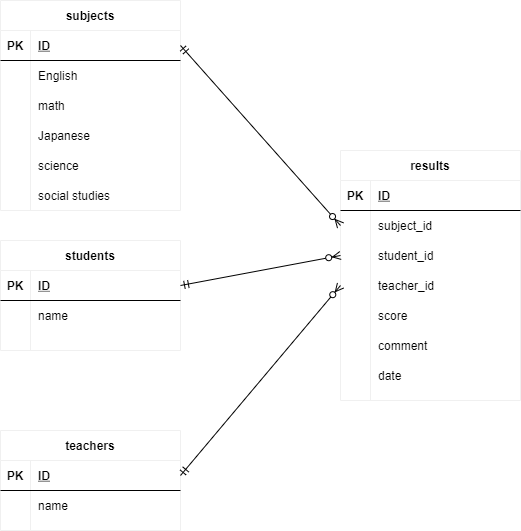
This is exercise.drawio.png from aquarius1905/coachtech-databasedesign-exercise, a draw.io export, as it was before one commit. Source tidied: cells renumbered, new cells last; positions are measured from the earlier drawing's top-left corner, leaving out a move shared by most shapes. The source it was exported from:
```xml
<mxGraphModel>
  <root>
    <mxCell id="0" />
    <mxCell id="1" parent="0" />
    <mxCell id="2" value="subjects" style="shape=table;startSize=30;rowLines=0;fontStyle=1;align=center;strokeColor=#f0f0f0;" parent="1" vertex="1">
      <mxGeometry width="180" height="210" as="geometry" />
    </mxCell>
    <mxCell id="3" style="shape=partialRectangle;fillColor=none;top=0;left=0;bottom=1;right=0;points=[[0,0.5],[1,0.5]];portConstraint=eastwest;" parent="2" vertex="1">
      <mxGeometry y="30" width="180" height="30" as="geometry" />
    </mxCell>
    <mxCell id="4" value="PK" style="shape=partialRectangle;fillColor=none;top=0;left=0;bottom=0;right=0;fontStyle=1;overflow=hidden;" parent="3" vertex="1">
      <mxGeometry width="30" height="30" as="geometry" />
    </mxCell>
    <mxCell id="5" value="ID" style="shape=partialRectangle;fillColor=none;top=0;left=0;bottom=0;right=0;align=left;spacingLeft=6;fontStyle=5;overflow=hidden;" parent="3" vertex="1">
      <mxGeometry x="30" width="150" height="30" as="geometry" />
    </mxCell>
    <mxCell id="6" style="shape=partialRectangle;fillColor=none;top=0;left=0;bottom=0;right=0;" parent="2" vertex="1">
      <mxGeometry y="60" width="180" height="30" as="geometry" />
    </mxCell>
    <mxCell id="7" style="shape=partialRectangle;fillColor=none;top=0;left=0;bottom=0;right=0;overflow=hidden;" parent="6" vertex="1">
      <mxGeometry width="30" height="30" as="geometry" />
    </mxCell>
    <mxCell id="8" value="English" style="shape=partialRectangle;fillColor=none;top=0;left=0;bottom=0;right=0;align=left;spacingLeft=6;overflow=hidden;" parent="6" vertex="1">
      <mxGeometry x="30" width="150" height="30" as="geometry" />
    </mxCell>
    <mxCell id="9" style="shape=partialRectangle;fillColor=none;top=0;left=0;bottom=0;right=0;" parent="2" vertex="1">
      <mxGeometry y="90" width="180" height="30" as="geometry" />
    </mxCell>
    <mxCell id="10" style="shape=partialRectangle;fillColor=none;top=0;left=0;bottom=0;right=0;overflow=hidden;" parent="9" vertex="1">
      <mxGeometry width="30" height="30" as="geometry" />
    </mxCell>
    <mxCell id="11" value="math" style="shape=partialRectangle;fillColor=none;top=0;left=0;bottom=0;right=0;align=left;spacingLeft=6;overflow=hidden;" parent="9" vertex="1">
      <mxGeometry x="30" width="150" height="30" as="geometry" />
    </mxCell>
    <mxCell id="12" style="shape=partialRectangle;fillColor=none;top=0;left=0;bottom=0;right=0;" parent="2" vertex="1">
      <mxGeometry y="120" width="180" height="30" as="geometry" />
    </mxCell>
    <mxCell id="13" style="shape=partialRectangle;fillColor=none;top=0;left=0;bottom=0;right=0;overflow=hidden;" parent="12" vertex="1">
      <mxGeometry width="30" height="30" as="geometry" />
    </mxCell>
    <mxCell id="14" value="Japanese" style="shape=partialRectangle;fillColor=none;top=0;left=0;bottom=0;right=0;align=left;spacingLeft=6;overflow=hidden;" parent="12" vertex="1">
      <mxGeometry x="30" width="150" height="30" as="geometry" />
    </mxCell>
    <mxCell id="15" style="shape=partialRectangle;fillColor=none;top=0;left=0;bottom=0;right=0;" parent="2" vertex="1">
      <mxGeometry y="150" width="180" height="30" as="geometry" />
    </mxCell>
    <mxCell id="16" style="shape=partialRectangle;fillColor=none;top=0;left=0;bottom=0;right=0;overflow=hidden;" parent="15" vertex="1">
      <mxGeometry width="30" height="30" as="geometry" />
    </mxCell>
    <mxCell id="17" value="science" style="shape=partialRectangle;fillColor=none;top=0;left=0;bottom=0;right=0;align=left;spacingLeft=6;overflow=hidden;" parent="15" vertex="1">
      <mxGeometry x="30" width="150" height="30" as="geometry" />
    </mxCell>
    <mxCell id="18" style="shape=partialRectangle;fillColor=none;top=0;left=0;bottom=0;right=0;" parent="2" vertex="1">
      <mxGeometry y="180" width="180" height="30" as="geometry" />
    </mxCell>
    <mxCell id="19" style="shape=partialRectangle;fillColor=none;top=0;left=0;bottom=0;right=0;overflow=hidden;" parent="18" vertex="1">
      <mxGeometry width="30" height="30" as="geometry" />
    </mxCell>
    <mxCell id="20" value="social studies" style="shape=partialRectangle;fillColor=none;top=0;left=0;bottom=0;right=0;align=left;spacingLeft=6;overflow=hidden;" parent="18" vertex="1">
      <mxGeometry x="30" width="150" height="30" as="geometry" />
    </mxCell>
    <mxCell id="21" value="teachers" style="shape=table;startSize=30;rowLines=0;fontStyle=1;align=center;strokeColor=#f0f0f0;" parent="1" vertex="1">
      <mxGeometry y="430" width="180" height="100" as="geometry" />
    </mxCell>
    <mxCell id="22" style="shape=partialRectangle;fillColor=none;top=0;left=0;bottom=1;right=0;points=[[0,0.5],[1,0.5]];portConstraint=eastwest;" parent="21" vertex="1">
      <mxGeometry y="30" width="180" height="30" as="geometry" />
    </mxCell>
    <mxCell id="23" value="PK" style="shape=partialRectangle;fillColor=none;top=0;left=0;bottom=0;right=0;fontStyle=1;overflow=hidden;" parent="22" vertex="1">
      <mxGeometry width="30" height="30" as="geometry" />
    </mxCell>
    <mxCell id="24" value="ID" style="shape=partialRectangle;fillColor=none;top=0;left=0;bottom=0;right=0;align=left;spacingLeft=6;fontStyle=5;overflow=hidden;" parent="22" vertex="1">
      <mxGeometry x="30" width="150" height="30" as="geometry" />
    </mxCell>
    <mxCell id="25" style="shape=partialRectangle;fillColor=none;top=0;left=0;bottom=0;right=0;" parent="21" vertex="1">
      <mxGeometry y="60" width="180" height="30" as="geometry" />
    </mxCell>
    <mxCell id="26" style="shape=partialRectangle;fillColor=none;top=0;left=0;bottom=0;right=0;overflow=hidden;" parent="25" vertex="1">
      <mxGeometry width="30" height="30" as="geometry" />
    </mxCell>
    <mxCell id="27" value="name" style="shape=partialRectangle;fillColor=none;top=0;left=0;bottom=0;right=0;align=left;spacingLeft=6;overflow=hidden;" parent="25" vertex="1">
      <mxGeometry x="30" width="150" height="30" as="geometry" />
    </mxCell>
    <mxCell id="28" value="results" style="shape=table;startSize=30;rowLines=0;fontStyle=1;align=center;strokeColor=#f0f0f0;" parent="1" vertex="1">
      <mxGeometry x="340" y="150" width="180" height="250" as="geometry" />
    </mxCell>
    <mxCell id="29" style="shape=partialRectangle;fillColor=none;top=0;left=0;bottom=1;right=0;" parent="28" vertex="1">
      <mxGeometry y="30" width="180" height="30" as="geometry" />
    </mxCell>
    <mxCell id="30" value="PK" style="shape=partialRectangle;fillColor=none;top=0;left=0;bottom=0;right=0;fontStyle=1;overflow=hidden;" parent="29" vertex="1">
      <mxGeometry width="30" height="30" as="geometry" />
    </mxCell>
    <mxCell id="31" value="ID" style="shape=partialRectangle;fillColor=none;top=0;left=0;bottom=0;right=0;align=left;spacingLeft=6;fontStyle=5;overflow=hidden;" parent="29" vertex="1">
      <mxGeometry x="30" width="150" height="30" as="geometry" />
    </mxCell>
    <mxCell id="32" style="shape=partialRectangle;fillColor=none;top=0;left=0;bottom=0;right=0;points=[[0,0.5],[1,0.5]];portConstraint=eastwest;" parent="28" vertex="1">
      <mxGeometry y="60" width="180" height="30" as="geometry" />
    </mxCell>
    <mxCell id="33" style="shape=partialRectangle;fillColor=none;top=0;left=0;bottom=0;right=0;overflow=hidden;" parent="32" vertex="1">
      <mxGeometry width="30" height="30" as="geometry" />
    </mxCell>
    <mxCell id="34" value="subject_id" style="shape=partialRectangle;fillColor=none;top=0;left=0;bottom=0;right=0;align=left;spacingLeft=6;overflow=hidden;" parent="32" vertex="1">
      <mxGeometry x="30" width="150" height="30" as="geometry" />
    </mxCell>
    <mxCell id="35" style="shape=partialRectangle;fillColor=none;top=0;left=0;bottom=0;right=0;points=[[0,0.5],[1,0.5]];portConstraint=eastwest;" parent="28" vertex="1">
      <mxGeometry y="90" width="180" height="30" as="geometry" />
    </mxCell>
    <mxCell id="36" style="shape=partialRectangle;fillColor=none;top=0;left=0;bottom=0;right=0;overflow=hidden;" parent="35" vertex="1">
      <mxGeometry width="30" height="30" as="geometry" />
    </mxCell>
    <mxCell id="37" value="student_id" style="shape=partialRectangle;fillColor=none;top=0;left=0;bottom=0;right=0;align=left;spacingLeft=6;overflow=hidden;" parent="35" vertex="1">
      <mxGeometry x="30" width="150" height="30" as="geometry" />
    </mxCell>
    <mxCell id="38" style="shape=partialRectangle;fillColor=none;top=0;left=0;bottom=0;right=0;points=[[0,0.5],[1,0.5]];portConstraint=eastwest;" parent="28" vertex="1">
      <mxGeometry y="120" width="180" height="30" as="geometry" />
    </mxCell>
    <mxCell id="39" style="shape=partialRectangle;fillColor=none;top=0;left=0;bottom=0;right=0;overflow=hidden;" parent="38" vertex="1">
      <mxGeometry width="30" height="30" as="geometry" />
    </mxCell>
    <mxCell id="40" value="teacher_id" style="shape=partialRectangle;fillColor=none;top=0;left=0;bottom=0;right=0;align=left;spacingLeft=6;overflow=hidden;" parent="38" vertex="1">
      <mxGeometry x="30" width="150" height="30" as="geometry" />
    </mxCell>
    <mxCell id="41" style="shape=partialRectangle;fillColor=none;top=0;left=0;bottom=0;right=0;" parent="28" vertex="1">
      <mxGeometry y="150" width="180" height="30" as="geometry" />
    </mxCell>
    <mxCell id="42" style="shape=partialRectangle;fillColor=none;top=0;left=0;bottom=0;right=0;overflow=hidden;" parent="41" vertex="1">
      <mxGeometry width="30" height="30" as="geometry" />
    </mxCell>
    <mxCell id="43" value="score" style="shape=partialRectangle;fillColor=none;top=0;left=0;bottom=0;right=0;align=left;spacingLeft=6;overflow=hidden;" parent="41" vertex="1">
      <mxGeometry x="30" width="150" height="30" as="geometry" />
    </mxCell>
    <mxCell id="44" style="shape=partialRectangle;fillColor=none;top=0;left=0;bottom=0;right=0;" parent="28" vertex="1">
      <mxGeometry y="180" width="180" height="30" as="geometry" />
    </mxCell>
    <mxCell id="45" style="shape=partialRectangle;fillColor=none;top=0;left=0;bottom=0;right=0;overflow=hidden;" parent="44" vertex="1">
      <mxGeometry width="30" height="30" as="geometry" />
    </mxCell>
    <mxCell id="46" value="comment" style="shape=partialRectangle;fillColor=none;top=0;left=0;bottom=0;right=0;align=left;spacingLeft=6;overflow=hidden;" parent="44" vertex="1">
      <mxGeometry x="30" width="150" height="30" as="geometry" />
    </mxCell>
    <mxCell id="47" style="shape=partialRectangle;fillColor=none;top=0;left=0;bottom=0;right=0;" parent="28" vertex="1">
      <mxGeometry y="210" width="180" height="30" as="geometry" />
    </mxCell>
    <mxCell id="48" style="shape=partialRectangle;fillColor=none;top=0;left=0;bottom=0;right=0;overflow=hidden;" parent="47" vertex="1">
      <mxGeometry width="30" height="30" as="geometry" />
    </mxCell>
    <mxCell id="49" value="date" style="shape=partialRectangle;fillColor=none;top=0;left=0;bottom=0;right=0;align=left;spacingLeft=6;overflow=hidden;" parent="47" vertex="1">
      <mxGeometry x="30" width="150" height="30" as="geometry" />
    </mxCell>
    <mxCell id="50" value="students" style="shape=table;startSize=30;rowLines=0;fontStyle=1;align=center;strokeColor=#f0f0f0;" parent="1" vertex="1">
      <mxGeometry y="240" width="180" height="110" as="geometry" />
    </mxCell>
    <mxCell id="51" style="shape=partialRectangle;fillColor=none;top=0;left=0;bottom=1;right=0;points=[[0,0.5],[1,0.5]];portConstraint=eastwest;" parent="50" vertex="1">
      <mxGeometry y="30" width="180" height="30" as="geometry" />
    </mxCell>
    <mxCell id="52" value="PK" style="shape=partialRectangle;fillColor=none;top=0;left=0;bottom=0;right=0;fontStyle=1;overflow=hidden;" parent="51" vertex="1">
      <mxGeometry width="30" height="30" as="geometry" />
    </mxCell>
    <mxCell id="53" value="ID" style="shape=partialRectangle;fillColor=none;top=0;left=0;bottom=0;right=0;align=left;spacingLeft=6;fontStyle=5;overflow=hidden;" parent="51" vertex="1">
      <mxGeometry x="30" width="150" height="30" as="geometry" />
    </mxCell>
    <mxCell id="54" style="shape=partialRectangle;fillColor=none;top=0;left=0;bottom=0;right=0;" parent="50" vertex="1">
      <mxGeometry y="60" width="180" height="30" as="geometry" />
    </mxCell>
    <mxCell id="55" style="shape=partialRectangle;fillColor=none;top=0;left=0;bottom=0;right=0;overflow=hidden;" parent="54" vertex="1">
      <mxGeometry width="30" height="30" as="geometry" />
    </mxCell>
    <mxCell id="56" value="name" style="shape=partialRectangle;fillColor=none;top=0;left=0;bottom=0;right=0;align=left;spacingLeft=6;overflow=hidden;" parent="54" vertex="1">
      <mxGeometry x="30" width="150" height="30" as="geometry" />
    </mxCell>
    <mxCell id="57" style="fontSize=12;html=1;endArrow=ERzeroToMany;startArrow=ERmandOne;exitX=1;exitY=0.5;exitDx=0;exitDy=0;entryX=0;entryY=0.5;entryDx=0;entryDy=0;" parent="1" edge="1" source="22" target="38">
      <mxGeometry relative="1" as="geometry" />
    </mxCell>
    <mxCell id="58" style="fontSize=12;html=1;endArrow=ERzeroToMany;startArrow=ERmandOne;exitX=1;exitY=0.5;exitDx=0;exitDy=0;entryX=0;entryY=0.5;entryDx=0;entryDy=0;" parent="1" edge="1" source="51" target="35">
      <mxGeometry relative="1" as="geometry" />
    </mxCell>
    <mxCell id="59" style="fontSize=12;html=1;endArrow=ERzeroToMany;startArrow=ERmandOne;exitX=1;exitY=0.5;exitDx=0;exitDy=0;entryX=0;entryY=0.5;entryDx=0;entryDy=0;" parent="1" edge="1" source="3" target="32">
      <mxGeometry relative="1" as="geometry" />
    </mxCell>
  </root>
</mxGraphModel>
```
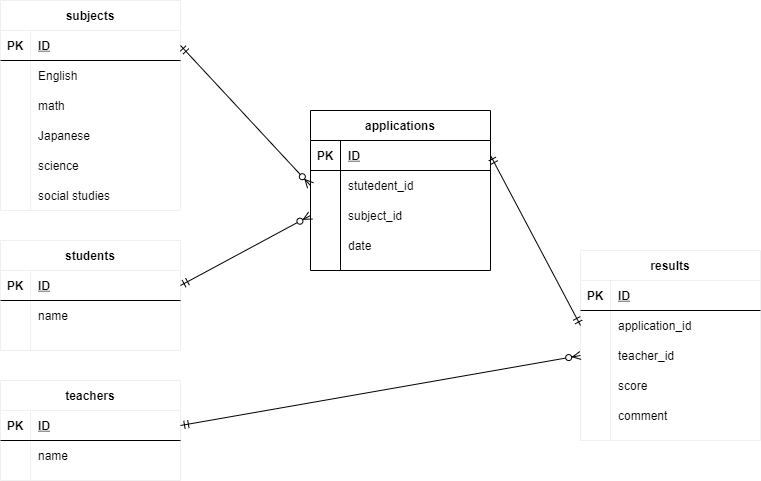
The same diagram one commit later.

The edit, as a diff of the source:
```diff
@@ -60,7 +60,7 @@
       <mxGeometry x="30" width="150" height="30" as="geometry" />
     </mxCell>
     <mxCell id="21" value="teachers" style="shape=table;startSize=30;rowLines=0;fontStyle=1;align=center;strokeColor=#f0f0f0;" parent="1" vertex="1">
-      <mxGeometry y="430" width="180" height="100" as="geometry" />
+      <mxGeometry y="380" width="180" height="100" as="geometry" />
     </mxCell>
     <mxCell id="22" style="shape=partialRectangle;fillColor=none;top=0;left=0;bottom=1;right=0;points=[[0,0.5],[1,0.5]];portConstraint=eastwest;" parent="21" vertex="1">
       <mxGeometry y="30" width="180" height="30" as="geometry" />
@@ -81,7 +81,7 @@
       <mxGeometry x="30" width="150" height="30" as="geometry" />
     </mxCell>
     <mxCell id="28" value="results" style="shape=table;startSize=30;rowLines=0;fontStyle=1;align=center;strokeColor=#f0f0f0;" parent="1" vertex="1">
-      <mxGeometry x="340" y="150" width="180" height="250" as="geometry" />
+      <mxGeometry x="580" y="250" width="180" height="190" as="geometry" />
     </mxCell>
     <mxCell id="29" style="shape=partialRectangle;fillColor=none;top=0;left=0;bottom=1;right=0;" parent="28" vertex="1">
       <mxGeometry y="30" width="180" height="30" as="geometry" />
@@ -92,26 +92,17 @@
     <mxCell id="31" value="ID" style="shape=partialRectangle;fillColor=none;top=0;left=0;bottom=0;right=0;align=left;spacingLeft=6;fontStyle=5;overflow=hidden;" parent="29" vertex="1">
       <mxGeometry x="30" width="150" height="30" as="geometry" />
     </mxCell>
-    <mxCell id="32" style="shape=partialRectangle;fillColor=none;top=0;left=0;bottom=0;right=0;points=[[0,0.5],[1,0.5]];portConstraint=eastwest;" parent="28" vertex="1">
-      <mxGeometry y="60" width="180" height="30" as="geometry" />
-    </mxCell>
-    <mxCell id="33" style="shape=partialRectangle;fillColor=none;top=0;left=0;bottom=0;right=0;overflow=hidden;" parent="32" vertex="1">
-      <mxGeometry width="30" height="30" as="geometry" />
-    </mxCell>
-    <mxCell id="34" value="subject_id" style="shape=partialRectangle;fillColor=none;top=0;left=0;bottom=0;right=0;align=left;spacingLeft=6;overflow=hidden;" parent="32" vertex="1">
-      <mxGeometry x="30" width="150" height="30" as="geometry" />
-    </mxCell>
     <mxCell id="35" style="shape=partialRectangle;fillColor=none;top=0;left=0;bottom=0;right=0;points=[[0,0.5],[1,0.5]];portConstraint=eastwest;" parent="28" vertex="1">
-      <mxGeometry y="90" width="180" height="30" as="geometry" />
+      <mxGeometry y="60" width="180" height="30" as="geometry" />
     </mxCell>
     <mxCell id="36" style="shape=partialRectangle;fillColor=none;top=0;left=0;bottom=0;right=0;overflow=hidden;" parent="35" vertex="1">
       <mxGeometry width="30" height="30" as="geometry" />
     </mxCell>
-    <mxCell id="37" value="student_id" style="shape=partialRectangle;fillColor=none;top=0;left=0;bottom=0;right=0;align=left;spacingLeft=6;overflow=hidden;" parent="35" vertex="1">
+    <mxCell id="37" value="application_id" style="shape=partialRectangle;fillColor=none;top=0;left=0;bottom=0;right=0;align=left;spacingLeft=6;overflow=hidden;" parent="35" vertex="1">
       <mxGeometry x="30" width="150" height="30" as="geometry" />
     </mxCell>
     <mxCell id="38" style="shape=partialRectangle;fillColor=none;top=0;left=0;bottom=0;right=0;points=[[0,0.5],[1,0.5]];portConstraint=eastwest;" parent="28" vertex="1">
-      <mxGeometry y="120" width="180" height="30" as="geometry" />
+      <mxGeometry y="90" width="180" height="30" as="geometry" />
     </mxCell>
     <mxCell id="39" style="shape=partialRectangle;fillColor=none;top=0;left=0;bottom=0;right=0;overflow=hidden;" parent="38" vertex="1">
       <mxGeometry width="30" height="30" as="geometry" />
@@ -120,7 +111,7 @@
       <mxGeometry x="30" width="150" height="30" as="geometry" />
     </mxCell>
     <mxCell id="41" style="shape=partialRectangle;fillColor=none;top=0;left=0;bottom=0;right=0;" parent="28" vertex="1">
-      <mxGeometry y="150" width="180" height="30" as="geometry" />
+      <mxGeometry y="120" width="180" height="30" as="geometry" />
     </mxCell>
     <mxCell id="42" style="shape=partialRectangle;fillColor=none;top=0;left=0;bottom=0;right=0;overflow=hidden;" parent="41" vertex="1">
       <mxGeometry width="30" height="30" as="geometry" />
@@ -129,7 +120,7 @@
       <mxGeometry x="30" width="150" height="30" as="geometry" />
     </mxCell>
     <mxCell id="44" style="shape=partialRectangle;fillColor=none;top=0;left=0;bottom=0;right=0;" parent="28" vertex="1">
-      <mxGeometry y="180" width="180" height="30" as="geometry" />
+      <mxGeometry y="150" width="180" height="30" as="geometry" />
     </mxCell>
     <mxCell id="45" style="shape=partialRectangle;fillColor=none;top=0;left=0;bottom=0;right=0;overflow=hidden;" parent="44" vertex="1">
       <mxGeometry width="30" height="30" as="geometry" />
@@ -137,15 +128,6 @@
     <mxCell id="46" value="comment" style="shape=partialRectangle;fillColor=none;top=0;left=0;bottom=0;right=0;align=left;spacingLeft=6;overflow=hidden;" parent="44" vertex="1">
       <mxGeometry x="30" width="150" height="30" as="geometry" />
     </mxCell>
-    <mxCell id="47" style="shape=partialRectangle;fillColor=none;top=0;left=0;bottom=0;right=0;" parent="28" vertex="1">
-      <mxGeometry y="210" width="180" height="30" as="geometry" />
-    </mxCell>
-    <mxCell id="48" style="shape=partialRectangle;fillColor=none;top=0;left=0;bottom=0;right=0;overflow=hidden;" parent="47" vertex="1">
-      <mxGeometry width="30" height="30" as="geometry" />
-    </mxCell>
-    <mxCell id="49" value="date" style="shape=partialRectangle;fillColor=none;top=0;left=0;bottom=0;right=0;align=left;spacingLeft=6;overflow=hidden;" parent="47" vertex="1">
-      <mxGeometry x="30" width="150" height="30" as="geometry" />
-    </mxCell>
     <mxCell id="50" value="students" style="shape=table;startSize=30;rowLines=0;fontStyle=1;align=center;strokeColor=#f0f0f0;" parent="1" vertex="1">
       <mxGeometry y="240" width="180" height="110" as="geometry" />
     </mxCell>
@@ -170,11 +152,55 @@
     <mxCell id="57" style="fontSize=12;html=1;endArrow=ERzeroToMany;startArrow=ERmandOne;exitX=1;exitY=0.5;exitDx=0;exitDy=0;entryX=0;entryY=0.5;entryDx=0;entryDy=0;" parent="1" edge="1" source="22" target="38">
       <mxGeometry relative="1" as="geometry" />
     </mxCell>
-    <mxCell id="58" style="fontSize=12;html=1;endArrow=ERzeroToMany;startArrow=ERmandOne;exitX=1;exitY=0.5;exitDx=0;exitDy=0;entryX=0;entryY=0.5;entryDx=0;entryDy=0;" parent="1" edge="1" source="51" target="35">
+    <mxCell id="58" style="fontSize=12;html=1;endArrow=ERzeroToMany;startArrow=ERmandOne;exitX=1;exitY=0.5;exitDx=0;exitDy=0;entryX=0;entryY=0.5;entryDx=0;entryDy=0;" parent="1" edge="1" source="51" target="66">
       <mxGeometry relative="1" as="geometry" />
     </mxCell>
     <mxCell id="59" style="fontSize=12;html=1;endArrow=ERzeroToMany;startArrow=ERmandOne;exitX=1;exitY=0.5;exitDx=0;exitDy=0;entryX=0;entryY=0.5;entryDx=0;entryDy=0;" parent="1" edge="1" source="3" target="32">
       <mxGeometry relative="1" as="geometry" />
     </mxCell>
+    <mxCell id="60" value="applications" style="shape=table;startSize=30;rowLines=0;fontStyle=1;align=center;" parent="1" vertex="1">
+      <mxGeometry x="310" y="110" width="180" height="160" as="geometry" />
+    </mxCell>
+    <mxCell id="61" style="shape=partialRectangle;fillColor=none;top=0;left=0;bottom=1;right=0;" parent="60" vertex="1">
+      <mxGeometry y="30" width="180" height="30" as="geometry" />
+    </mxCell>
+    <mxCell id="62" value="PK" style="shape=partialRectangle;fillColor=none;top=0;left=0;bottom=0;right=0;fontStyle=1;overflow=hidden;" parent="61" vertex="1">
+      <mxGeometry width="30" height="30" as="geometry" />
+    </mxCell>
+    <mxCell id="63" value="ID" style="shape=partialRectangle;fillColor=none;top=0;left=0;bottom=0;right=0;align=left;spacingLeft=6;fontStyle=5;overflow=hidden;" parent="61" vertex="1">
+      <mxGeometry x="30" width="150" height="30" as="geometry" />
+    </mxCell>
+    <mxCell id="32" style="shape=partialRectangle;fillColor=none;top=0;left=0;bottom=0;right=0;points=[[0,0.5],[1,0.5]];portConstraint=eastwest;" parent="60" vertex="1">
+      <mxGeometry y="60" width="180" height="30" as="geometry" />
+    </mxCell>
+    <mxCell id="64" style="shape=partialRectangle;fillColor=none;top=0;left=0;bottom=0;right=0;overflow=hidden;" parent="32" vertex="1">
+      <mxGeometry width="30" height="30" as="geometry" />
+    </mxCell>
+    <mxCell id="65" value="stutedent_id" style="shape=partialRectangle;fillColor=none;top=0;left=0;bottom=0;right=0;align=left;spacingLeft=6;overflow=hidden;" parent="32" vertex="1">
+      <mxGeometry x="30" width="150" height="30" as="geometry" />
+    </mxCell>
+    <mxCell id="66" style="shape=partialRectangle;fillColor=none;top=0;left=0;bottom=0;right=0;points=[[0,0.5],[1,0.5]];portConstraint=eastwest;" parent="60" vertex="1">
+      <mxGeometry y="90" width="180" height="30" as="geometry" />
+    </mxCell>
+    <mxCell id="67" style="shape=partialRectangle;fillColor=none;top=0;left=0;bottom=0;right=0;overflow=hidden;" parent="66" vertex="1">
+      <mxGeometry width="30" height="30" as="geometry" />
+    </mxCell>
+    <mxCell id="34" value="subject_id" style="shape=partialRectangle;fillColor=none;top=0;left=0;bottom=0;right=0;align=left;spacingLeft=6;overflow=hidden;" parent="66" vertex="1">
+      <mxGeometry x="30" width="150" height="30" as="geometry" />
+    </mxCell>
+    <mxCell id="68" style="shape=partialRectangle;fillColor=none;top=0;left=0;bottom=0;right=0;" parent="60" vertex="1">
+      <mxGeometry y="120" width="180" height="30" as="geometry" />
+    </mxCell>
+    <mxCell id="69" style="shape=partialRectangle;fillColor=none;top=0;left=0;bottom=0;right=0;overflow=hidden;" parent="68" vertex="1">
+      <mxGeometry width="30" height="30" as="geometry" />
+    </mxCell>
+    <mxCell id="49" value="date" style="shape=partialRectangle;fillColor=none;top=0;left=0;bottom=0;right=0;align=left;spacingLeft=6;overflow=hidden;" parent="68" vertex="1">
+      <mxGeometry x="30" width="150" height="30" as="geometry" />
+    </mxCell>
+    <mxCell id="70" style="fontSize=12;html=1;endArrow=ERmandOne;startArrow=ERmandOne;entryX=0;entryY=0.5;entryDx=0;entryDy=0;" parent="1" edge="1" target="35">
+      <mxGeometry relative="1" as="geometry">
+        <mxPoint x="490" y="155" as="sourcePoint" />
+      </mxGeometry>
+    </mxCell>
   </root>
 </mxGraphModel>
```
